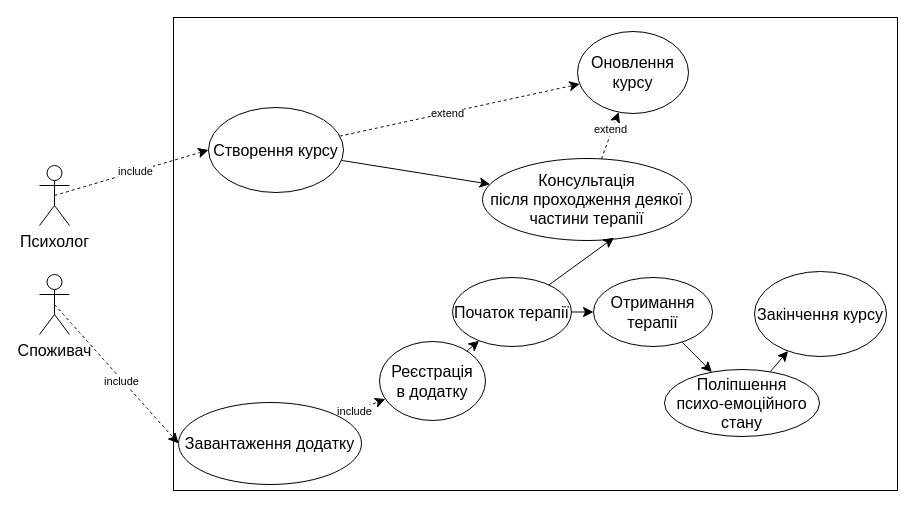
This is 1-SoftwareRequirements/1.3-SoftwareUserRequirements/1.3.3-UseCaseDiagram/1.3.3.drawio from oleksandrblazhko/ai-215-smilyanskij, a draw.io file, before an edit. Source tidied: cells renumbered, new cells numbered last; positions are measured from the earlier drawing's top-left corner, leaving out a move shared by most shapes. Both pictures are drawn from the tidied source at 100%, with x=0, y=0 at pixel (39, 17).
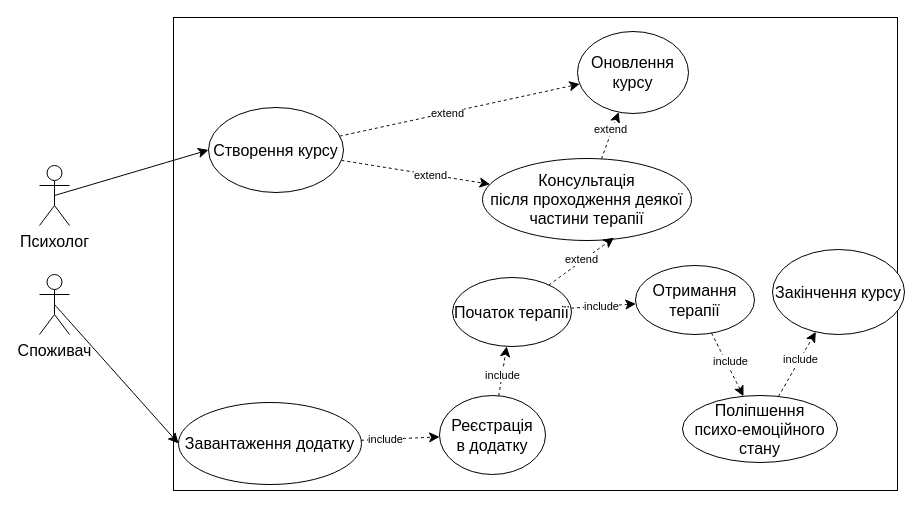
The same page after the edit.

Unchanged cells that the change refers to:
```xml
<mxCell id="6" value="Створення курсу" style="ellipse;whiteSpace=wrap;html=1;fontSize=16;" parent="1" vertex="1">
  <mxGeometry x="169" y="90" width="135" height="85" as="geometry" />
</mxCell>
<mxCell id="9" value="Завантаження додатку" style="ellipse;whiteSpace=wrap;html=1;fontSize=16;" parent="1" vertex="1">
  <mxGeometry x="139" y="385" width="183" height="82" as="geometry" />
</mxCell>
<mxCell id="13" value="Початок терапії" style="ellipse;whiteSpace=wrap;html=1;fontSize=16;" parent="1" vertex="1">
  <mxGeometry x="413" y="260" width="119" height="69" as="geometry" />
</mxCell>
<mxCell id="16" value="Консультація&lt;br&gt;після проходження деякої частини терапії" style="ellipse;whiteSpace=wrap;html=1;fontSize=16;" parent="1" vertex="1">
  <mxGeometry x="443" y="141" width="209" height="82" as="geometry" />
</mxCell>
<mxCell id="20" value="Споживач" style="shape=umlActor;verticalLabelPosition=bottom;verticalAlign=top;html=1;outlineConnect=0;fontSize=16;" parent="1" vertex="1">
  <mxGeometry y="257" width="30" height="60" as="geometry" />
</mxCell>
<mxCell id="23" value="Психолог" style="shape=umlActor;verticalLabelPosition=bottom;verticalAlign=top;html=1;outlineConnect=0;fontSize=16;" parent="1" vertex="1">
  <mxGeometry y="148" width="30" height="60" as="geometry" />
</mxCell>
```

The edit, as a diff of the source:
```diff
@@
-    <mxCell id="3" style="edgeStyle=none;curved=1;rounded=0;jettySize=auto;html=1;fontSize=12;startSize=8;endSize=8;" parent="1" edge="1" source="6" target="16">
+    <mxCell id="3" style="edgeStyle=none;curved=1;rounded=0;jettySize=auto;html=1;fontSize=12;startSize=8;endSize=8;dashed=1;" parent="1" edge="1" source="6" target="16">
       <mxGeometry relative="1" as="geometry" />
     </mxCell>
+    <mxCell id="30" value="extend" style="edgeLabel;html=1;align=center;verticalAlign=middle;" parent="3" vertex="1">
+      <mxGeometry x="0.2" relative="1" as="geometry" />
+    </mxCell>
@@
-    <mxCell id="10" style="edgeStyle=none;curved=1;rounded=0;jettySize=auto;html=1;fontSize=12;startSize=8;endSize=8;" parent="1" edge="1" source="11" target="13">
+    <mxCell id="10" style="edgeStyle=none;curved=1;rounded=0;jettySize=auto;html=1;fontSize=12;startSize=8;endSize=8;dashed=1;" parent="1" edge="1" source="11" target="13">
       <mxGeometry relative="1" as="geometry" />
     </mxCell>
+    <mxCell id="31" value="include" style="edgeLabel;html=1;align=center;verticalAlign=middle;" parent="10" vertex="1">
+      <mxGeometry x="-0.17" relative="1" as="geometry" />
+    </mxCell>
     <mxCell id="11" value="Реєстрація&lt;br&gt;в додатку" style="ellipse;whiteSpace=wrap;html=1;fontSize=16;" parent="1" vertex="1">
-      <mxGeometry x="340" y="324" width="106" height="79" as="geometry" />
+      <mxGeometry x="400" y="378" width="106" height="79" as="geometry" />
     </mxCell>
-    <mxCell id="12" style="edgeStyle=none;curved=1;rounded=0;jettySize=auto;html=1;fontSize=12;startSize=8;endSize=8;" parent="1" edge="1" source="13" target="26">
+    <mxCell id="12" style="edgeStyle=none;curved=1;rounded=0;jettySize=auto;html=1;fontSize=12;startSize=8;endSize=8;dashed=1;" parent="1" edge="1" source="13" target="26">
       <mxGeometry relative="1" as="geometry" />
     </mxCell>
+    <mxCell id="32" value="include" style="edgeLabel;html=1;align=center;verticalAlign=middle;" parent="12" vertex="1">
+      <mxGeometry x="-0.09" relative="1" as="geometry" />
+    </mxCell>
@@
     <mxCell id="17" value="Закінчення курсу" style="ellipse;whiteSpace=wrap;html=1;fontSize=16;" parent="1" vertex="1">
-      <mxGeometry x="715" y="254" width="132" height="85" as="geometry" />
+      <mxGeometry x="733" y="232" width="132" height="85" as="geometry" />
     </mxCell>
-    <mxCell id="18" style="edgeStyle=none;curved=1;rounded=0;jettySize=auto;html=1;exitX=0.5;exitY=0.5;exitDx=0;exitDy=0;exitPerimeter=0;entryX=0;entryY=0.5;entryDx=0;entryDy=0;fontSize=12;startSize=8;endSize=8;dashed=1;" parent="1" edge="1" source="20" target="9">
+    <mxCell id="18" style="edgeStyle=none;curved=1;rounded=0;jettySize=auto;html=1;exitX=0.5;exitY=0.5;exitDx=0;exitDy=0;exitPerimeter=0;entryX=0;entryY=0.5;entryDx=0;entryDy=0;fontSize=12;startSize=8;endSize=8;" parent="1" edge="1" source="20" target="9">
       <mxGeometry relative="1" as="geometry" />
     </mxCell>
-    <mxCell id="19" value="include" style="edgeLabel;html=1;align=center;verticalAlign=middle;" parent="18" vertex="1">
-      <mxGeometry x="0.08" y="-1" relative="1" as="geometry" />
-    </mxCell>
@@
-    <mxCell id="21" style="edgeStyle=none;curved=1;rounded=0;jettySize=auto;html=1;exitX=0.5;exitY=0.5;exitDx=0;exitDy=0;exitPerimeter=0;entryX=0;entryY=0.5;entryDx=0;entryDy=0;fontSize=12;startSize=8;endSize=8;dashed=1;" parent="1" edge="1" source="23" target="6">
+    <mxCell id="21" style="edgeStyle=none;curved=1;rounded=0;jettySize=auto;html=1;exitX=0.5;exitY=0.5;exitDx=0;exitDy=0;exitPerimeter=0;entryX=0;entryY=0.5;entryDx=0;entryDy=0;fontSize=12;startSize=8;endSize=8;" parent="1" edge="1" source="23" target="6">
       <mxGeometry relative="1" as="geometry" />
     </mxCell>
-    <mxCell id="22" value="include" style="edgeLabel;html=1;align=center;verticalAlign=middle;" parent="21" vertex="1">
-      <mxGeometry x="0.05" y="1" relative="1" as="geometry" />
-    </mxCell>
@@
-    <mxCell id="24" style="edgeStyle=none;curved=1;rounded=0;jettySize=auto;html=1;entryX=0.629;entryY=0.966;entryDx=0;entryDy=0;entryPerimeter=0;fontSize=12;startSize=8;endSize=8;" parent="1" edge="1" source="13" target="16">
+    <mxCell id="24" style="edgeStyle=none;curved=1;rounded=0;jettySize=auto;html=1;entryX=0.629;entryY=0.966;entryDx=0;entryDy=0;entryPerimeter=0;fontSize=12;startSize=8;endSize=8;dashed=1;" parent="1" edge="1" source="13" target="16">
       <mxGeometry relative="1" as="geometry" />
     </mxCell>
+    <mxCell id="33" value="extend" style="edgeLabel;html=1;align=center;verticalAlign=middle;" parent="24" vertex="1">
+      <mxGeometry x="0.01" y="2" relative="1" as="geometry" />
+    </mxCell>
-    <mxCell id="25" style="edgeStyle=none;curved=1;rounded=0;jettySize=auto;html=1;fontSize=12;startSize=8;endSize=8;" parent="1" edge="1" source="26" target="29">
+    <mxCell id="25" style="edgeStyle=none;curved=1;rounded=0;jettySize=auto;html=1;fontSize=12;startSize=8;endSize=8;dashed=1;" parent="1" edge="1" source="26" target="29">
       <mxGeometry relative="1" as="geometry" />
     </mxCell>
+    <mxCell id="34" value="include" style="edgeLabel;html=1;align=center;verticalAlign=middle;" parent="25" vertex="1">
+      <mxGeometry x="0.25" y="-2" relative="1" as="geometry">
+        <mxPoint y="-12" as="offset" />
+      </mxGeometry>
+    </mxCell>
     <mxCell id="26" value="Отримання терапії" style="ellipse;whiteSpace=wrap;html=1;fontSize=16;" parent="1" vertex="1">
-      <mxGeometry x="554" y="260" width="119" height="69" as="geometry" />
+      <mxGeometry x="596" y="248" width="119" height="69" as="geometry" />
     </mxCell>
@@
-    <mxCell id="28" style="edgeStyle=none;curved=1;rounded=0;jettySize=auto;html=1;fontSize=12;startSize=8;endSize=8;" parent="1" edge="1" source="29" target="17">
+    <mxCell id="28" style="edgeStyle=none;curved=1;rounded=0;jettySize=auto;html=1;fontSize=12;startSize=8;endSize=8;dashed=1;" parent="1" edge="1" source="29" target="17">
       <mxGeometry relative="1" as="geometry" />
     </mxCell>
+    <mxCell id="35" value="include" style="edgeLabel;html=1;align=center;verticalAlign=middle;" parent="28" vertex="1">
+      <mxGeometry x="0.14" relative="1" as="geometry" />
+    </mxCell>
     <mxCell id="29" value="Поліпшення&lt;br&gt;психо-емоційного стану" style="ellipse;whiteSpace=wrap;html=1;fontSize=16;" parent="1" vertex="1">
-      <mxGeometry x="625" y="352" width="155" height="67" as="geometry" />
+      <mxGeometry x="643" y="378" width="155" height="67" as="geometry" />
     </mxCell>
```
